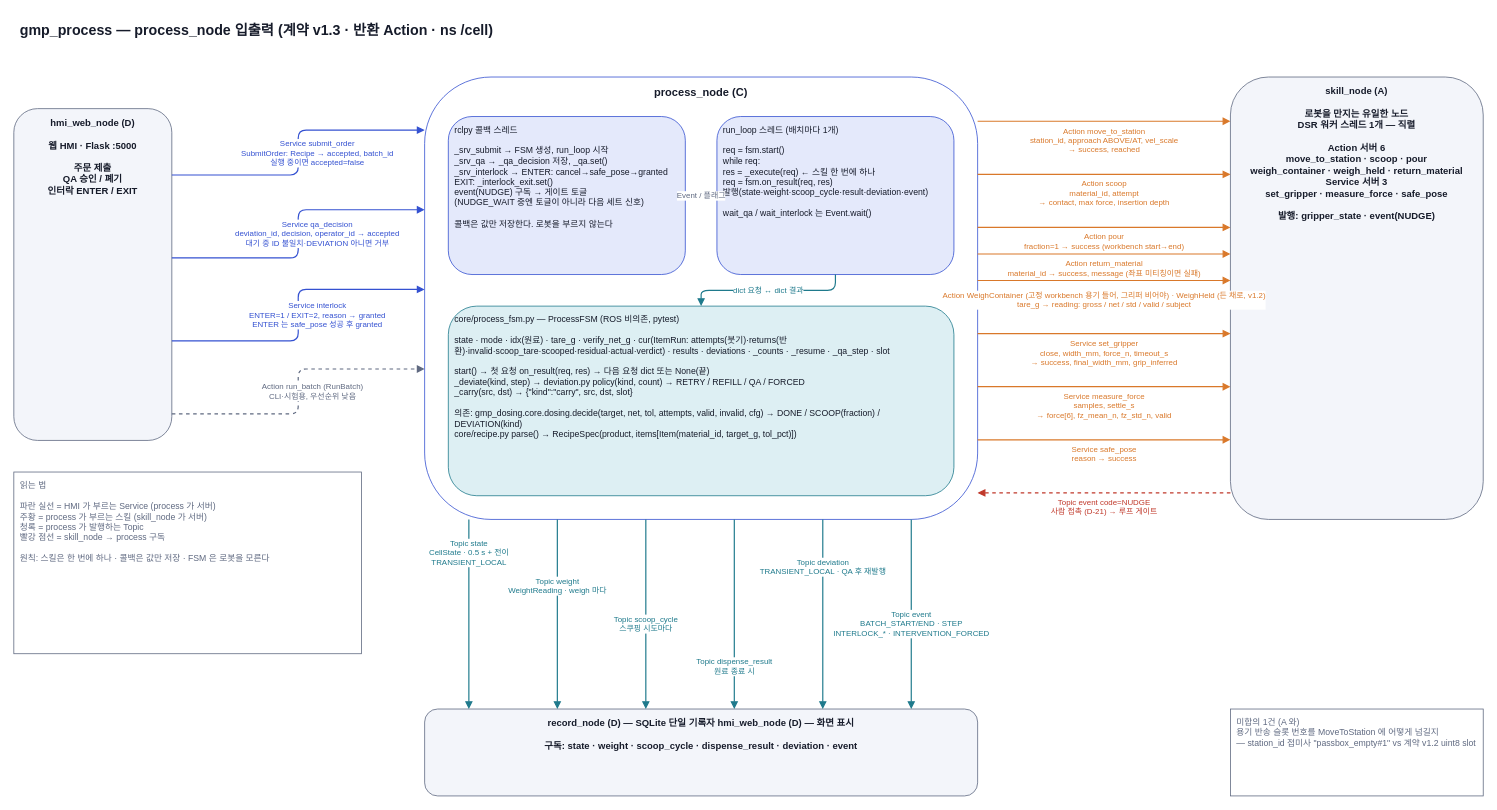
Above: page "1 노드 입출력" (1 of 4) of docs/diagrams/process_flow.drawio in Jik-Kim/auto-pharmacist (draw.io), before the change. Source tidied: cells renumbered, new cells numbered last; positions are measured from the earlier drawing's top-left corner, leaving out a move shared by most shapes. Both pictures are drawn from the tidied source at 79%, with x=0, y=0 at pixel (13, 13).
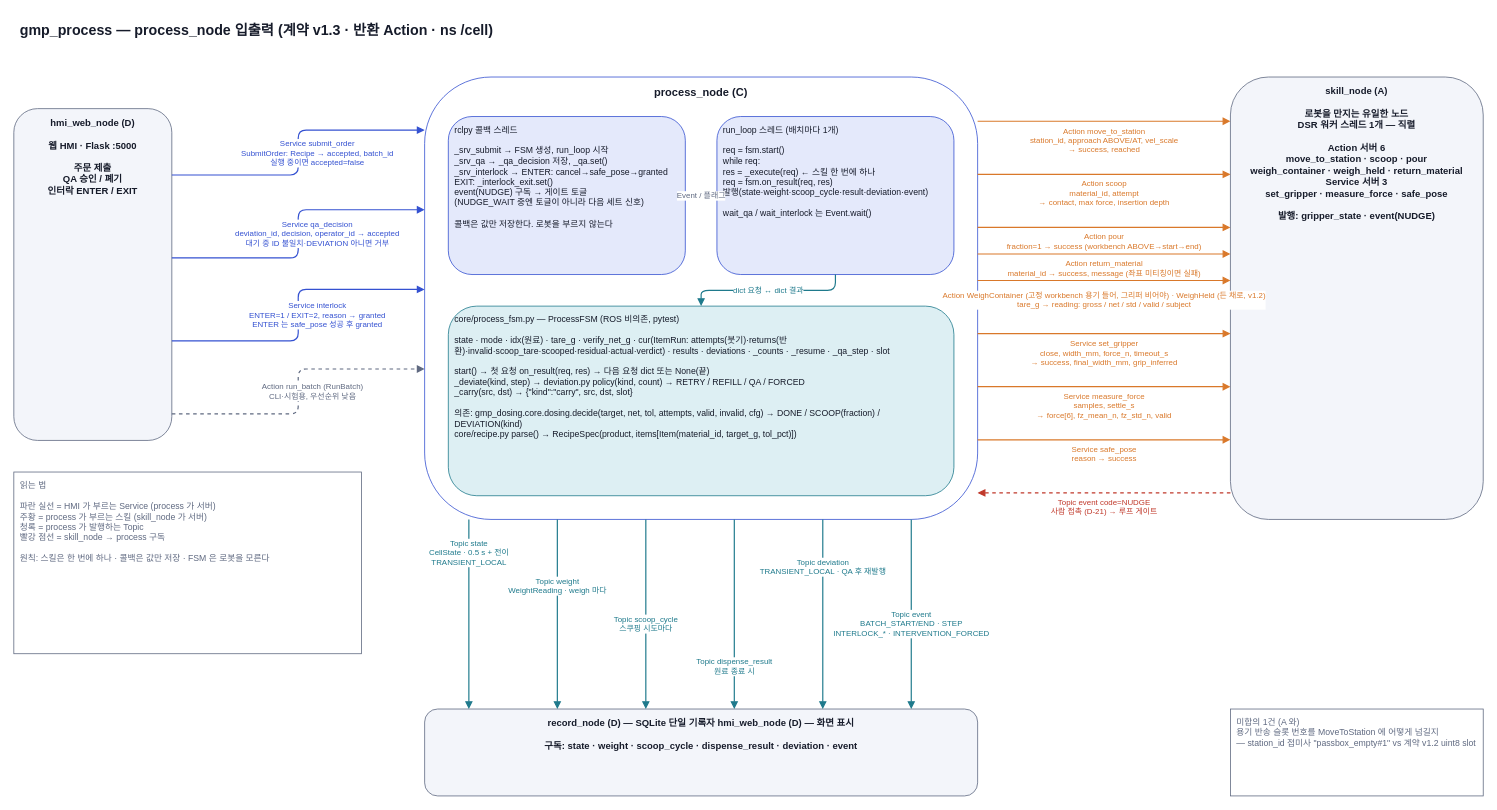
Above is the later version.

Commit message (it also covers changes not shown here):
feat: 빈 스쿱 힘 기준과 Pour 접근 경로 보완

The change refers to these unchanged cells:
```xml
<mxCell id="4" value="process_node (C)" style="rounded=1;whiteSpace=wrap;html=1;fillColor=#FFFFFF;strokeColor=#3451D1;fontColor=#161B2A;fontSize=14;align=center;verticalAlign=top;spacingTop=4;spacingLeft=6;spacingRight=6;fontStyle=1;" parent="1" vertex="1">
  <mxGeometry x="520" y="80" width="700" height="560" as="geometry" />
</mxCell>
<mxCell id="10" value="skill_node (A)&lt;br&gt;&lt;br&gt;로봇을 만지는 유일한 노드&lt;br&gt;DSR 워커 스레드 1개 — 직렬&lt;br&gt;&lt;br&gt;Action 서버 6&lt;br&gt;  move_to_station · scoop · pour&lt;br&gt;  weigh_container · weigh_held · return_material&lt;br&gt;Service 서버 3&lt;br&gt;  set_gripper · measure_force · safe_pose&lt;br&gt;&lt;br&gt;발행: gripper_state · event(NUDGE)" style="rounded=1;whiteSpace=wrap;html=1;fillColor=#F3F5FA;strokeColor=#5F6980;fontColor=#161B2A;fontSize=12;align=center;verticalAlign=top;spacingTop=4;spacingLeft=6;spacingRight=6;fontStyle=1;" parent="1" vertex="1">
  <mxGeometry x="1540" y="80" width="320" height="560" as="geometry" />
</mxCell>
```

What changed in the source:
```diff
@@
-    <mxCell id="18" value="Action pour&lt;br&gt;fraction=1 → success (workbench start→end)" style="edgeStyle=orthogonalEdgeStyle;rounded=1;html=1;endArrow=block;endFill=1;strokeColor=#D9782A;strokeWidth=1.5;fontColor=#D9782A;fontSize=10;labelBackgroundColor=#FFFFFF;exitX=1;exitY=0.34;exitDx=0;exitDy=0;entryX=0;entryY=0.34;entryDx=0;entryDy=0;" parent="1" edge="1" source="4" target="10">
+    <mxCell id="18" value="Action pour&lt;br&gt;fraction=1 → success (workbench ABOVE→start→end)" style="edgeStyle=orthogonalEdgeStyle;rounded=1;html=1;endArrow=block;endFill=1;strokeColor=#D9782A;strokeWidth=1.5;fontColor=#D9782A;fontSize=10;labelBackgroundColor=#FFFFFF;exitX=1;exitY=0.34;exitDx=0;exitDy=0;entryX=0;entryY=0.34;entryDx=0;entryDy=0;" parent="1" edge="1" source="4" target="10">
       <mxGeometry y="-18" relative="1" as="geometry" />
     </mxCell>
```
